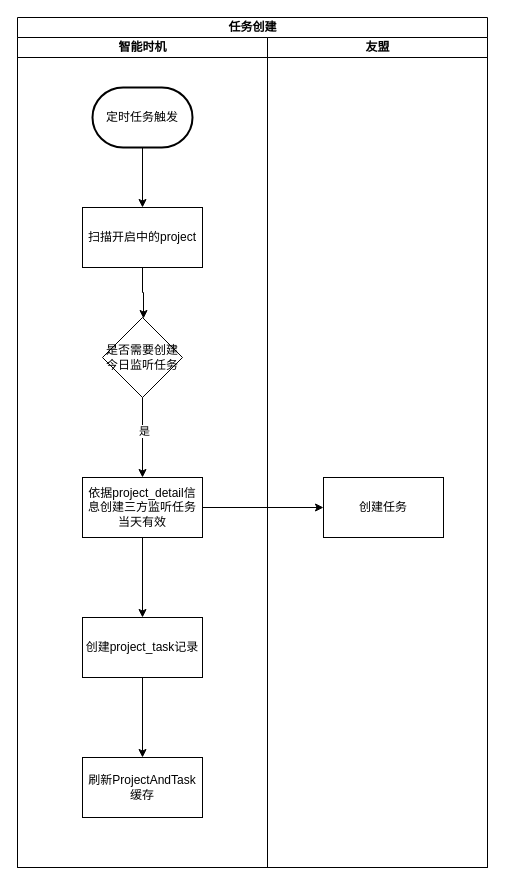
This is page "任务创建" (2 of 5) of 智能时机服务.drawio from ABIN-DS/flowchart, a draw.io file, before an edit. Source tidied: cells renumbered, new cells numbered last; positions are measured from the earlier drawing's top-left corner, leaving out a move shared by most shapes. Both pictures are drawn from the tidied source at 100%, with x=0, y=0 at pixel (17, 17).
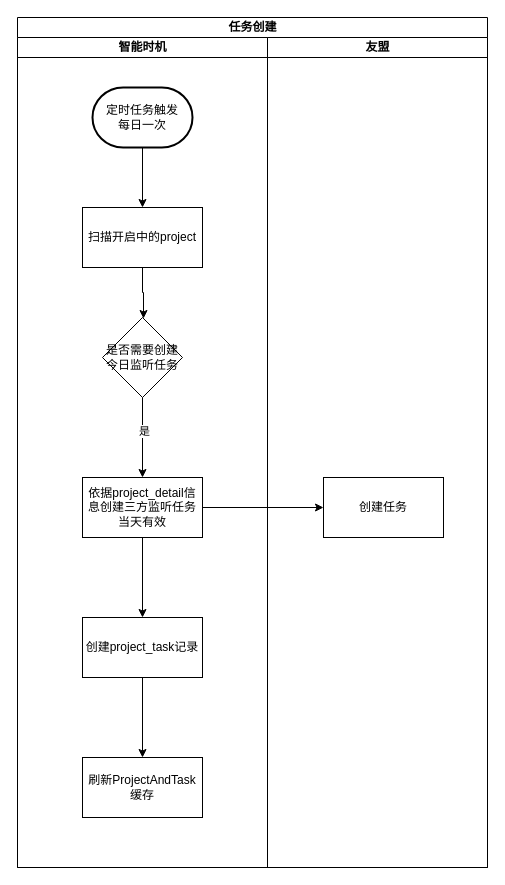
The same diagram, later.

Unchanged cells that the change refers to:
```xml
<mxCell id="3" value="智能时机" style="swimlane;startSize=20;html=1;" parent="2" vertex="1">
  <mxGeometry y="20" width="250" height="830" as="geometry" />
</mxCell>
```

Diff of the diagram source:
```diff
@@
-    <mxCell id="6" value="定时任务触发" style="strokeWidth=2;html=1;shape=mxgraph.flowchart.terminator;whiteSpace=wrap;" parent="3" vertex="1">
+    <mxCell id="6" value="定时任务触发&lt;div&gt;每日一次&lt;/div&gt;" style="strokeWidth=2;html=1;shape=mxgraph.flowchart.terminator;whiteSpace=wrap;" parent="3" vertex="1">
       <mxGeometry x="75" y="50" width="100" height="60" as="geometry" />
     </mxCell>
```
